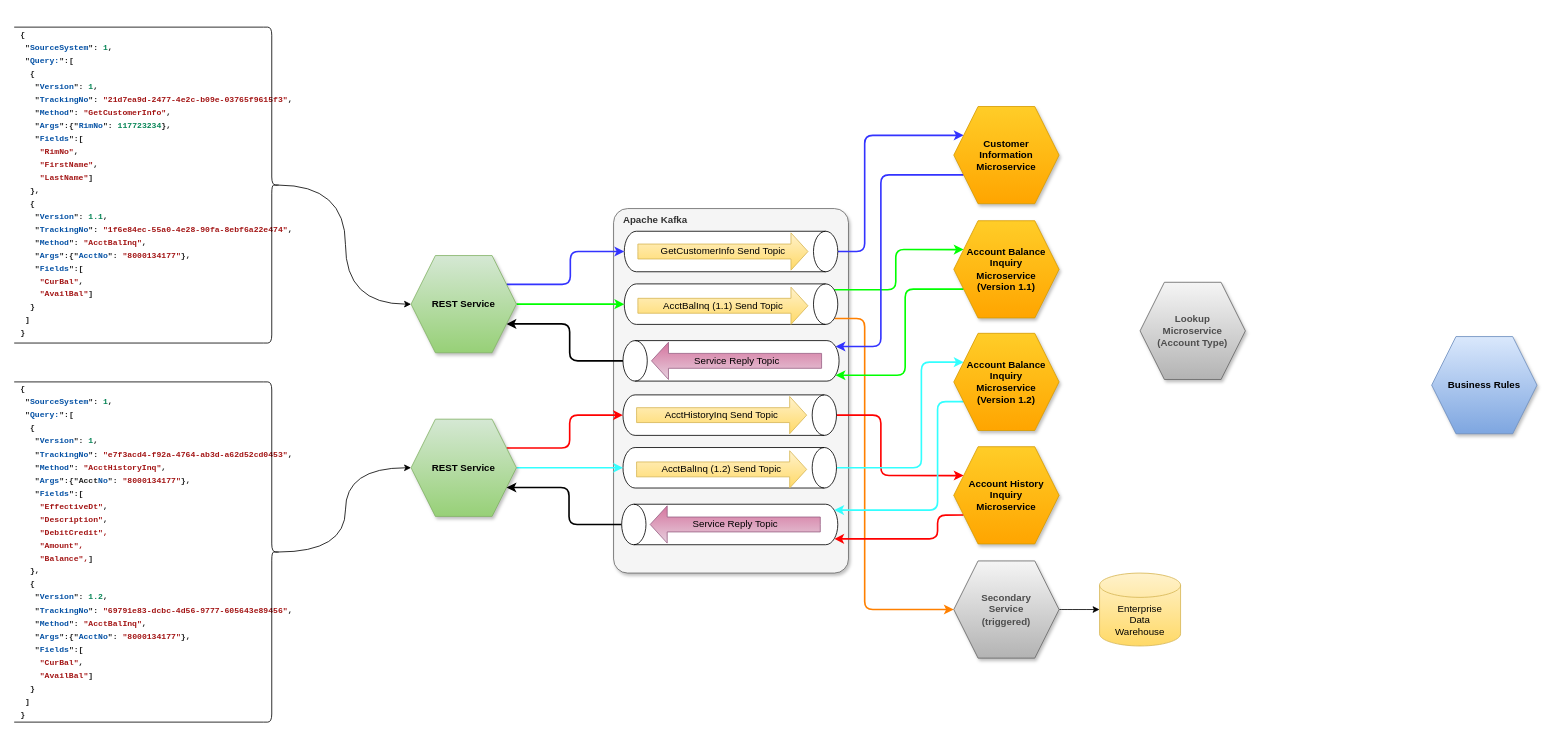
Above: page "Routing" (4 of 8) of Microservice Architecture.drawio in badenhorstp/readme (draw.io), before the change. Source tidied: cells renumbered, new cells numbered last; positions are measured from the earlier drawing's top-left corner, leaving out a move shared by most shapes. Both pictures are drawn from the tidied source at 81%, with x=0, y=0 at pixel (14, 14).
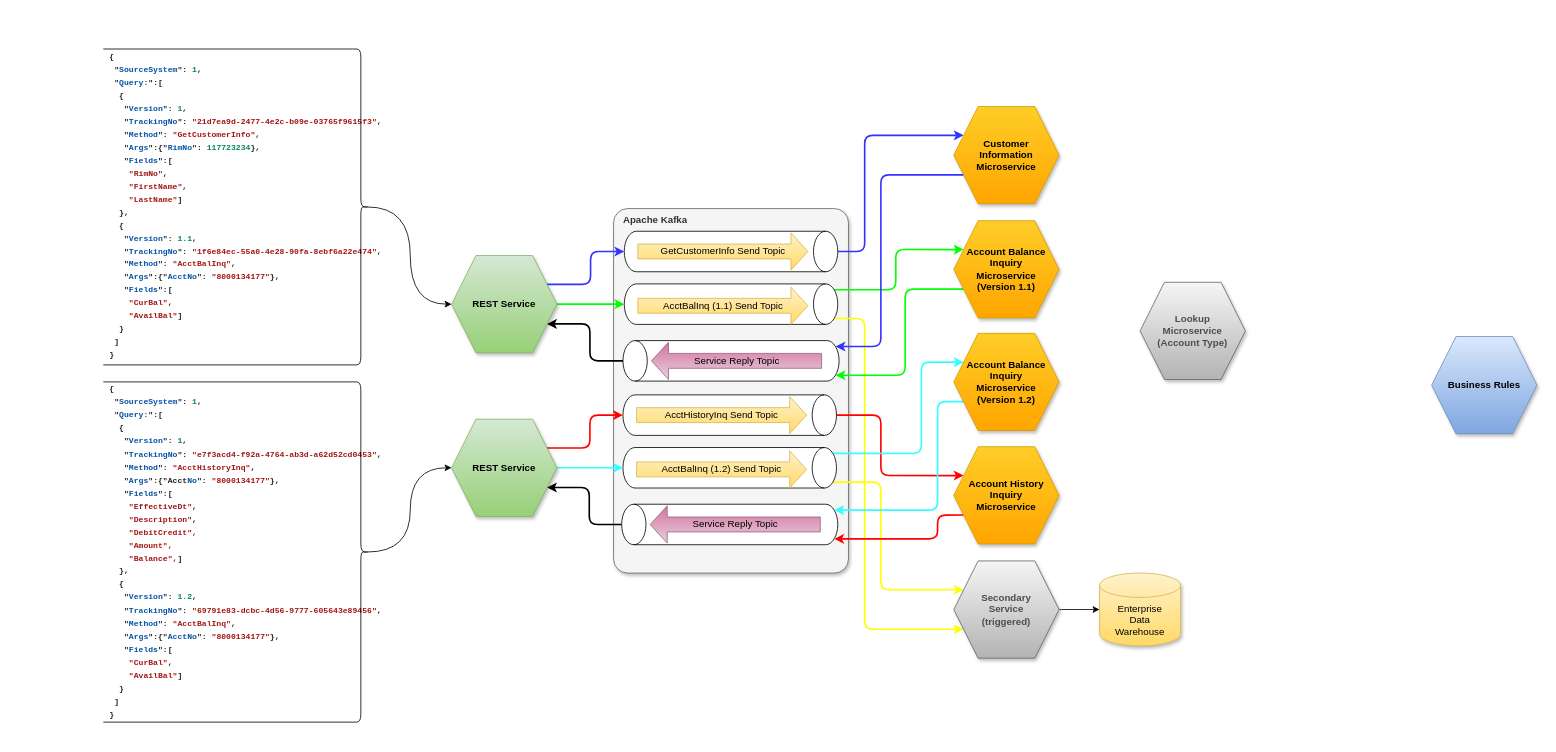
After the change.

The change refers to these unchanged cells:
```xml
<mxCell id="8" style="shape=cylinder3;whiteSpace=wrap;html=1;boundedLbl=1;backgroundOutline=1;size=15;direction=south;" parent="1" vertex="1">
  <mxGeometry x="753.2" y="333" width="263.6" height="50" as="geometry" />
</mxCell>
<mxCell id="17" style="shape=cylinder3;whiteSpace=wrap;html=1;boundedLbl=1;backgroundOutline=1;size=15;direction=south;" parent="1" vertex="1">
  <mxGeometry x="751.6" y="535" width="263.6" height="50" as="geometry" />
</mxCell>
<mxCell id="37" value="Secondary&lt;br&gt;Service&lt;br&gt;(triggered)" style="shape=hexagon;perimeter=hexagonPerimeter2;whiteSpace=wrap;html=1;fixedSize=1;fillColor=#f5f5f5;strokeColor=#666666;shadow=1;rounded=0;gradientColor=#b3b3b3;size=30;fontStyle=1;fontColor=#4D4D4D;" parent="1" vertex="1">
  <mxGeometry x="1160" y="675" width="130" height="120" as="geometry" />
</mxCell>
<mxCell id="52" value="Account Balance&lt;br&gt;Inquiry &lt;br&gt;Microservice&lt;br&gt;(Version 1.2)" style="shape=hexagon;perimeter=hexagonPerimeter2;whiteSpace=wrap;html=1;fixedSize=1;fillColor=#ffcd28;strokeColor=#d79b00;shadow=1;rounded=0;gradientColor=#ffa500;size=30;fontStyle=1;" parent="1" vertex="1">
  <mxGeometry x="1160" y="394" width="130" height="120" as="geometry" />
</mxCell>
```

What changed in the source:
```diff
@@
-    <mxCell id="6" style="edgeStyle=orthogonalEdgeStyle;jettySize=auto;html=1;exitX=0.855;exitY=0;exitDx=0;exitDy=4.35;exitPerimeter=0;entryX=0;entryY=0.5;entryDx=0;entryDy=0;rounded=1;strokeColor=#FF8000;strokeWidth=2;" parent="1" edge="1" source="8" target="37">
+    <mxCell id="6" style="edgeStyle=orthogonalEdgeStyle;jettySize=auto;html=1;exitX=0.855;exitY=0;exitDx=0;exitDy=4.35;exitPerimeter=0;entryX=0;entryY=0.75;entryDx=0;entryDy=0;rounded=1;strokeWidth=2;strokeColor=#FFFF00;shadow=0;" parent="1" edge="1" source="8" target="37">
       <mxGeometry relative="1" as="geometry">
         <Array as="points">
           <mxPoint x="1050" y="376" />
-          <mxPoint x="1050" y="735" />
+          <mxPoint x="1050" y="759" />
         </Array>
       </mxGeometry>
     </mxCell>
@@
-    <mxCell id="16" style="edgeStyle=orthogonalEdgeStyle;rounded=1;jettySize=auto;html=1;exitX=0.5;exitY=0;exitDx=0;exitDy=0;exitPerimeter=0;entryX=0;entryY=0.25;entryDx=0;entryDy=0;strokeWidth=2;strokeColor=#33FFFF;" parent="1" edge="1" source="17" target="52">
+    <mxCell id="16" style="edgeStyle=orthogonalEdgeStyle;rounded=1;jettySize=auto;html=1;exitX=0.145;exitY=0;exitDx=0;exitDy=4.35;exitPerimeter=0;entryX=0;entryY=0.25;entryDx=0;entryDy=0;strokeWidth=2;strokeColor=#33FFFF;" parent="1" edge="1" source="17" target="52">
       <mxGeometry relative="1" as="geometry">
         <Array as="points">
-          <mxPoint x="1120" y="560" />
+          <mxPoint x="1120" y="542" />
           <mxPoint x="1120" y="430" />
         </Array>
       </mxGeometry>
     </mxCell>
+    <mxCell id="53" style="edgeStyle=orthogonalEdgeStyle;rounded=1;jettySize=auto;html=1;exitX=0.855;exitY=0;exitDx=0;exitDy=4.35;exitPerimeter=0;entryX=0;entryY=0.25;entryDx=0;entryDy=0;strokeWidth=2;strokeColor=#FFFF00;" parent="1" edge="1" source="17" target="37">
+      <mxGeometry relative="1" as="geometry">
+        <Array as="points">
+          <mxPoint x="1070" y="578" />
+          <mxPoint x="1070" y="711" />
+        </Array>
+      </mxGeometry>
+    </mxCell>
@@
     <mxCell id="24" value="REST Service" style="shape=hexagon;perimeter=hexagonPerimeter2;whiteSpace=wrap;html=1;fixedSize=1;fillColor=#d5e8d4;strokeColor=#82b366;shadow=1;rounded=0;gradientColor=#97d077;size=30;fontStyle=1;" parent="1" vertex="1">
-      <mxGeometry x="490" y="298" width="130" height="120" as="geometry" />
+      <mxGeometry x="540" y="298" width="130" height="120" as="geometry" />
     </mxCell>
@@
     <mxCell id="31" value="REST Service" style="shape=hexagon;perimeter=hexagonPerimeter2;whiteSpace=wrap;html=1;fixedSize=1;fillColor=#d5e8d4;strokeColor=#82b366;shadow=1;rounded=0;gradientColor=#97d077;size=30;fontStyle=1;" parent="1" vertex="1">
-      <mxGeometry x="490" y="500" width="130" height="120" as="geometry" />
+      <mxGeometry x="540" y="500" width="130" height="120" as="geometry" />
     </mxCell>
@@
-    <mxCell id="38" value="Enterprise&lt;br&gt;Data&lt;br&gt;Warehouse" style="shape=cylinder3;whiteSpace=wrap;html=1;boundedLbl=1;backgroundOutline=1;size=15;gradientColor=#ffd966;fillColor=#fff2cc;strokeColor=#d6b656;" parent="1" vertex="1">
+    <mxCell id="38" value="Enterprise&lt;br&gt;Data&lt;br&gt;Warehouse" style="shape=cylinder3;whiteSpace=wrap;html=1;boundedLbl=1;backgroundOutline=1;size=15;gradientColor=#ffd966;fillColor=#fff2cc;strokeColor=#d6b656;shadow=1;" parent="1" vertex="1">
       <mxGeometry x="1340" y="690" width="100" height="90" as="geometry" />
     </mxCell>
     <mxCell id="39" style="group;" parent="1" vertex="1">
-      <mxGeometry width="328" height="420" as="geometry" />
+      <mxGeometry x="110" y="27" width="328" height="420" as="geometry" />
     </mxCell>
@@
     <mxCell id="45" style="group;" parent="1" vertex="1">
-      <mxGeometry y="454" width="328" height="440" as="geometry" />
+      <mxGeometry x="110" y="454" width="328" height="440" as="geometry" />
     </mxCell>
```
